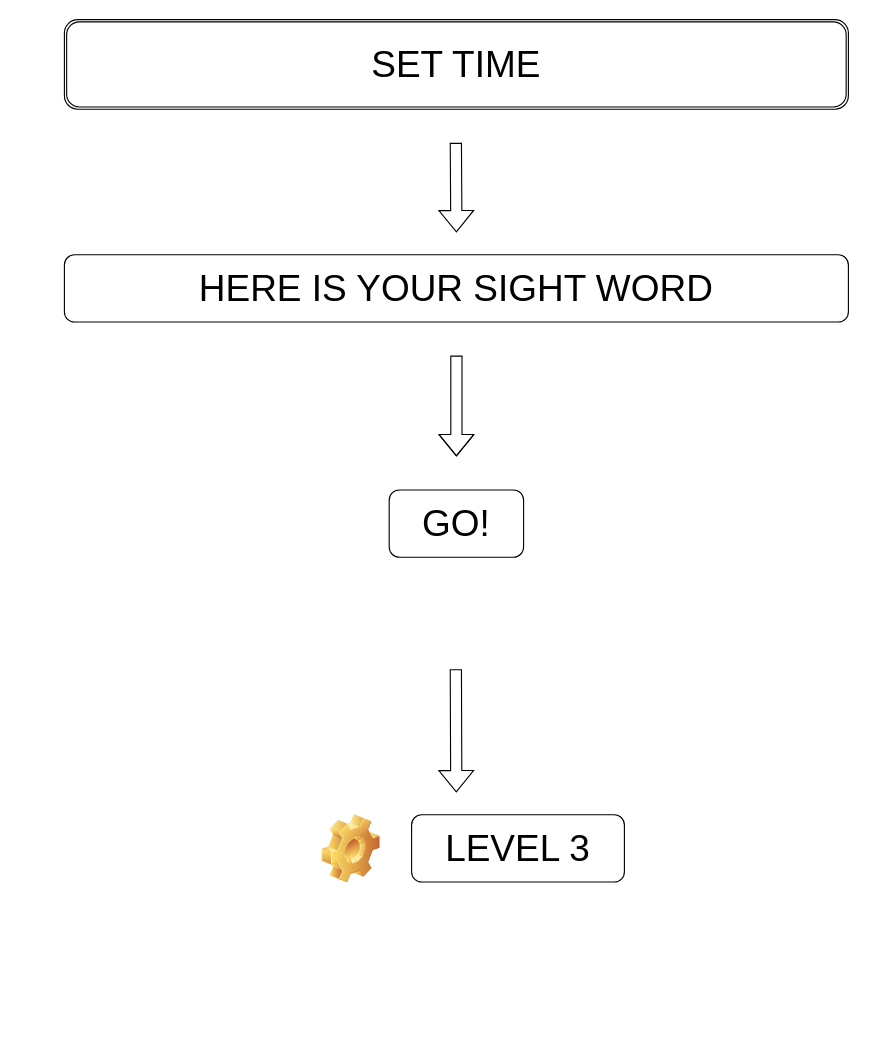
Before: page "Page-2" (2 of 3) of Project1 Mockup.drawio in sashasabov/Project-1, a draw.io diagram. Source tidied: cells renumbered, new cells numbered last; positions are measured from the earlier drawing's top-left corner, leaving out a move shared by most shapes. Both pictures are drawn from the tidied source at 112%, with x=0, y=0 at pixel (64, 19).
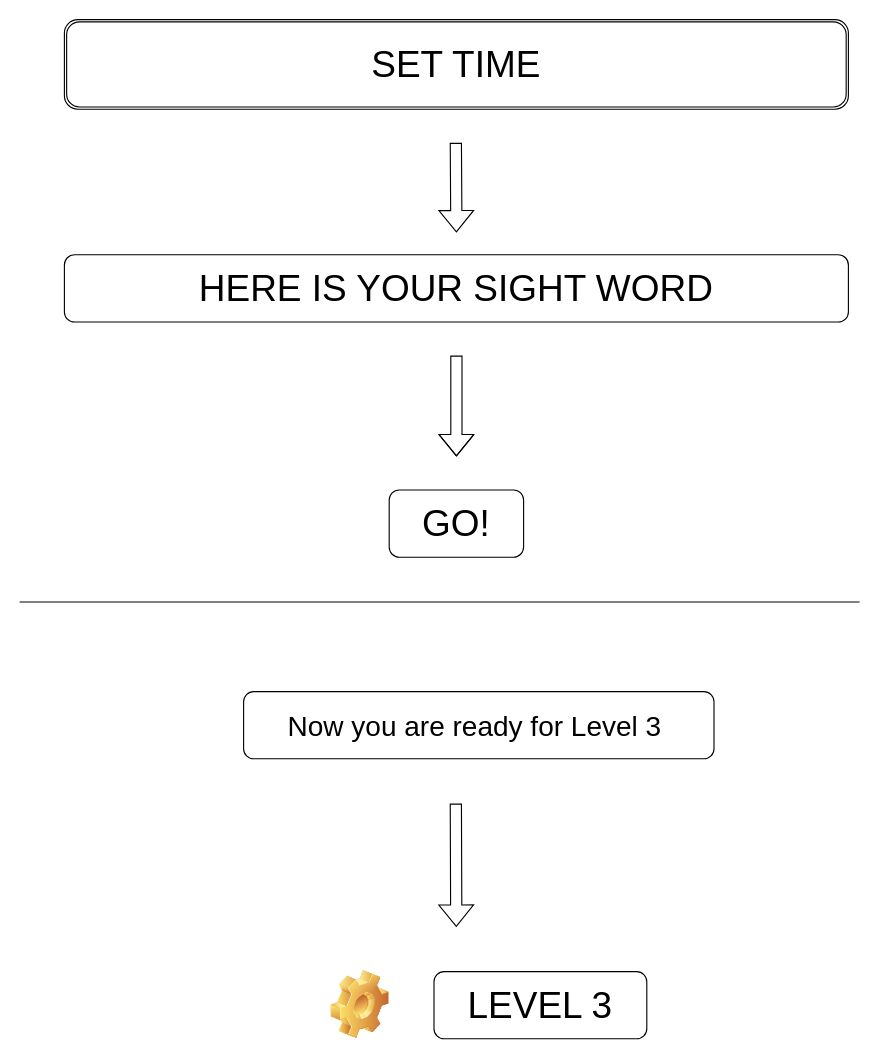
The same diagram, later.

Change to the diagram source:
```diff
@@
 <mxGraphModel>
   <root>
     <mxCell id="0" />
     <mxCell id="1" parent="0" />
     <mxCell id="2" value="SET TIME" style="shape=ext;double=1;rounded=1;whiteSpace=wrap;html=1;fontSize=33;" parent="1" vertex="1">
       <mxGeometry width="700" height="80" as="geometry" />
     </mxCell>
     <mxCell id="3" style="shape=flexArrow;endArrow=classic;html=1;rounded=0;fontSize=33;" parent="1" edge="1">
       <mxGeometry relative="1" as="geometry">
         <mxPoint x="349.5" y="110" as="sourcePoint" />
         <mxPoint x="350" y="190" as="targetPoint" />
       </mxGeometry>
     </mxCell>
     <mxCell id="4" value="HERE IS YOUR SIGHT WORD" style="rounded=1;whiteSpace=wrap;html=1;fontSize=33;" parent="1" vertex="1">
       <mxGeometry y="210" width="700" height="60" as="geometry" />
     </mxCell>
     <mxCell id="5" value="GO!" style="rounded=1;whiteSpace=wrap;html=1;fontSize=33;" parent="1" vertex="1">
       <mxGeometry x="290" y="420" width="120" height="60" as="geometry" />
     </mxCell>
     <mxCell id="6" style="shape=flexArrow;endArrow=classic;html=1;rounded=0;fontSize=33;" parent="1" edge="1">
       <mxGeometry relative="1" as="geometry">
         <mxPoint x="350" y="300" as="sourcePoint" />
         <mxPoint x="350" y="390" as="targetPoint" />
         <Array as="points">
           <mxPoint x="350" y="340" />
           <mxPoint x="350" y="350" />
         </Array>
       </mxGeometry>
     </mxCell>
     <mxCell id="7" style="shape=flexArrow;endArrow=classic;html=1;rounded=0;fontSize=33;" parent="1" edge="1">
       <mxGeometry relative="1" as="geometry">
-        <mxPoint x="349.5" y="580" as="sourcePoint" />
-        <mxPoint x="349.9" y="690" as="targetPoint" />
+        <mxPoint x="349.5" y="700" as="sourcePoint" />
+        <mxPoint x="349.9" y="810" as="targetPoint" />
       </mxGeometry>
     </mxCell>
     <mxCell id="8" style="shape=image;html=1;verticalLabelPosition=bottom;verticalAlign=top;imageAspect=1;image=img/clipart/Gear_128x128.png;fontSize=33;" parent="1" vertex="1">
-      <mxGeometry x="230" y="710" width="52" height="61" as="geometry" />
+      <mxGeometry x="238" y="849" width="52" height="61" as="geometry" />
     </mxCell>
     <mxCell id="9" value="LEVEL 3" style="rounded=1;whiteSpace=wrap;html=1;fontSize=33;" parent="1" vertex="1">
-      <mxGeometry x="310" y="710" width="190" height="60" as="geometry" />
+      <mxGeometry x="330" y="850" width="190" height="60" as="geometry" />
     </mxCell>
+    <mxCell id="10" style="endArrow=none;html=1;rounded=0;fontSize=25;" parent="1" edge="1">
+      <mxGeometry relative="1" as="geometry">
+        <mxPoint x="-40" y="520" as="sourcePoint" />
+        <mxPoint x="710" y="520" as="targetPoint" />
+      </mxGeometry>
+    </mxCell>
+    <mxCell id="11" value="Now you are ready for Level 3&amp;nbsp;" style="rounded=1;whiteSpace=wrap;html=1;fontSize=25;" parent="1" vertex="1">
+      <mxGeometry x="160" y="600" width="420" height="60" as="geometry" />
+    </mxCell>
   </root>
 </mxGraphModel>
```
